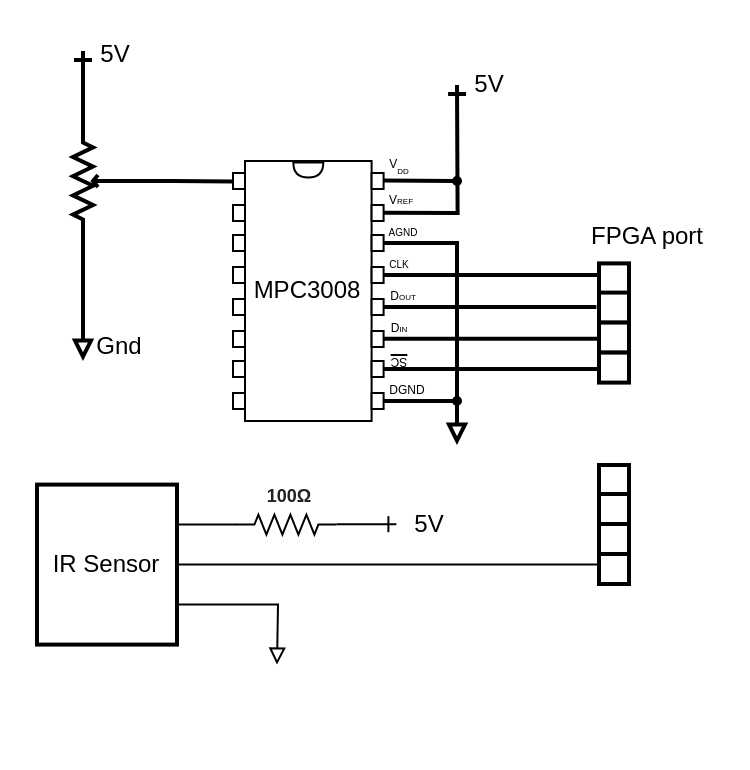
Above: page "HW" (2 of 4) of Diagrams/diagrams.drawio in beebdev/Brown_3601 (draw.io), before the change. Source tidied: cells renumbered, new cells numbered last; positions are measured from the earlier drawing's top-left corner, leaving out a move shared by most shapes. Both pictures are drawn from the tidied source at 200%, with x=0, y=0 at pixel (32, 34).
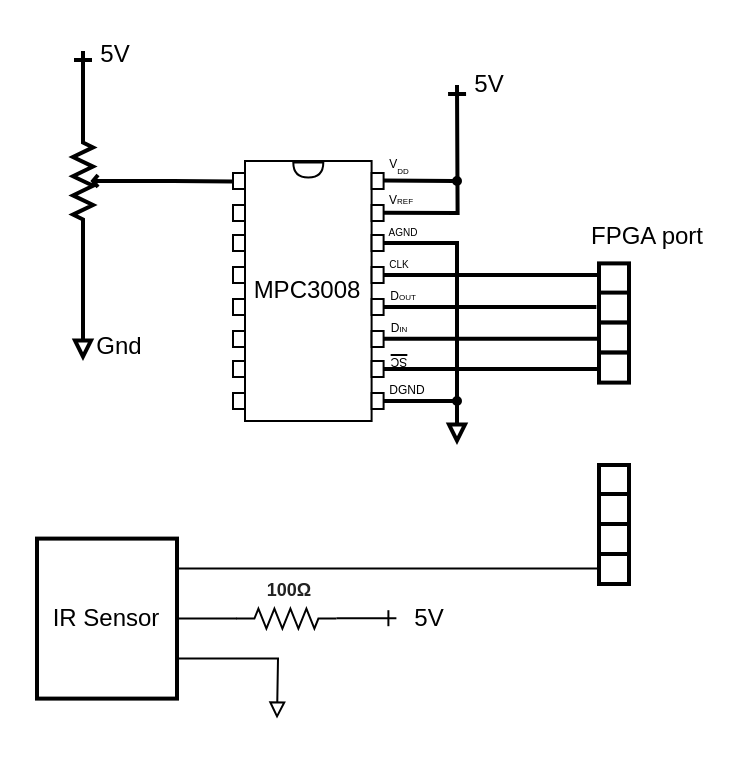
The same diagram, later.

Diff of the diagram source:
```diff
@@
-    <mxCell id="5" style="edgeStyle=orthogonalEdgeStyle;rounded=0;jumpSize=6;jettySize=auto;html=1;exitX=1;exitY=0.5;exitDx=0;exitDy=0;endSize=6;strokeWidth=1;entryX=0;entryY=0.5;entryDx=0;entryDy=0;endArrow=none;endFill=0;" parent="1" edge="1" source="7">
+    <mxCell id="5" style="edgeStyle=orthogonalEdgeStyle;rounded=0;jumpSize=6;orthogonalLoop=1;jettySize=auto;html=1;exitX=1;exitY=0.5;exitDx=0;exitDy=0;endSize=6;strokeWidth=1;entryX=0;entryY=0.5;entryDx=0;entryDy=0;endArrow=none;endFill=0;" parent="1" edge="1">
       <mxGeometry relative="1" as="geometry">
-        <mxPoint x="282" y="264.8" as="targetPoint" />
+        <mxPoint x="72" y="266.8" as="sourcePoint" />
+        <mxPoint x="282" y="266.8" as="targetPoint" />
       </mxGeometry>
     </mxCell>
     <mxCell id="6" style="edgeStyle=orthogonalEdgeStyle;rounded=0;jumpSize=6;jettySize=auto;html=1;exitX=1;exitY=0.75;exitDx=0;exitDy=0;endSize=6;strokeWidth=1;endArrow=block;endFill=0;" parent="1" edge="1" source="7">
       <mxGeometry relative="1" as="geometry">
-        <mxPoint x="122" y="314.8" as="targetPoint" />
+        <mxPoint x="122" y="341.8" as="targetPoint" />
       </mxGeometry>
     </mxCell>
     <mxCell id="7" value="IR Sensor" style="rounded=0;whiteSpace=wrap;html=1;strokeWidth=2;fillColor=#FFFFFF;" parent="1" vertex="1">
-      <mxGeometry x="2" y="224.8" width="70" height="80" as="geometry" />
+      <mxGeometry x="2" y="251.8" width="70" height="80" as="geometry" />
     </mxCell>
-    <mxCell id="8" style="endArrow=none;html=1;strokeWidth=1;exitX=1;exitY=0.25;exitDx=0;exitDy=0;jumpSize=6;" parent="1" edge="1" source="7">
+    <mxCell id="8" style="endArrow=none;html=1;strokeWidth=1;exitX=1;exitY=0.25;exitDx=0;exitDy=0;jumpSize=6;" parent="1" edge="1">
       <mxGeometry relative="1" as="geometry">
-        <mxPoint x="102" y="244.8" as="targetPoint" />
+        <mxPoint x="72" y="291.8" as="sourcePoint" />
+        <mxPoint x="102" y="291.8" as="targetPoint" />
       </mxGeometry>
     </mxCell>
     <mxCell id="9" style="edgeStyle=orthogonalEdgeStyle;rounded=0;jumpSize=6;orthogonalLoop=1;jettySize=auto;html=1;exitX=1;exitY=0.5;exitDx=0;exitDy=0;exitPerimeter=0;endSize=6;strokeWidth=1;endArrow=ERone;endFill=0;" parent="1" edge="1">
       <mxGeometry relative="1" as="geometry">
-        <mxPoint x="151.7" y="244.6" as="sourcePoint" />
-        <mxPoint x="181.7" y="244.6" as="targetPoint" />
+        <mxPoint x="151.7" y="291.6" as="sourcePoint" />
+        <mxPoint x="181.7" y="291.6" as="targetPoint" />
       </mxGeometry>
     </mxCell>
     <mxCell id="10" value="5V" style="text;html=1;align=center;verticalAlign=middle;" parent="1" vertex="1">
-      <mxGeometry x="183.3" y="234.8" width="30" height="20" as="geometry" />
+      <mxGeometry x="183.3" y="281.8" width="30" height="20" as="geometry" />
     </mxCell>
@@
     <mxCell id="59" style="verticalLabelPosition=bottom;shadow=0;dashed=0;align=center;html=1;verticalAlign=top;shape=mxgraph.electrical.resistors.resistor_2;" parent="1" vertex="1">
-      <mxGeometry x="101.7" y="239.8" width="50" height="10" as="geometry" />
+      <mxGeometry x="101.7" y="286.8" width="50" height="10" as="geometry" />
     </mxCell>
     <mxCell id="60" value="&lt;div style=&quot;text-align: left&quot;&gt;&lt;b style=&quot;color: rgb(34 , 34 , 34) ; font-family: &amp;#34;arial&amp;#34; , sans-serif ; background-color: rgb(255 , 255 , 255)&quot;&gt;&lt;font style=&quot;font-size: 9px&quot;&gt;100Ω&lt;/font&gt;&lt;/b&gt;&lt;br&gt;&lt;/div&gt;" style="text;html=1;align=center;verticalAlign=middle;" parent="1" vertex="1">
-      <mxGeometry x="107.7" y="219.8" width="40" height="20" as="geometry" />
+      <mxGeometry x="107.7" y="266.8" width="40" height="20" as="geometry" />
     </mxCell>
```
